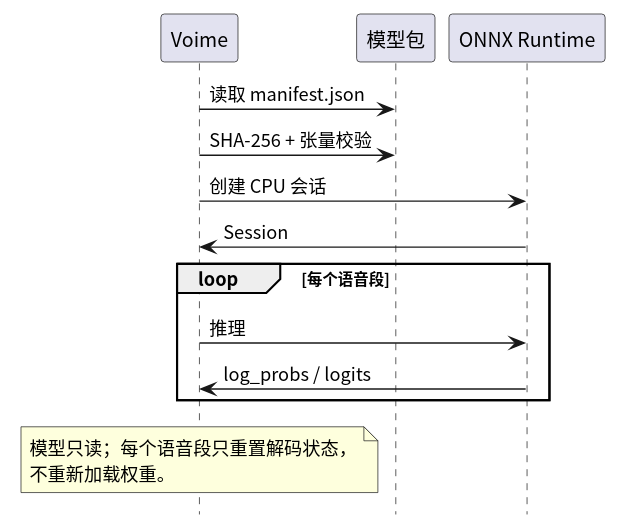
This is diagram/provider-inference.svg from 54m43lJ/voime, a PlantUML export, as it was before one commit. Its diagram source:
```plantuml
@startuml
skinparam defaultFontName "Noto Sans CJK SC"
skinparam shadowing false
hide footbox

participant "Voime" as Voime
participant "模型包" as Model
participant "ONNX Runtime" as Ort

Voime -> Model : 读取 manifest.json
Voime -> Model : SHA-256 + 张量校验
Voime -> Ort : 创建 CPU 会话
Ort -> Voime : Session

loop 每个语音段
  Voime -> Ort : 推理
  Ort -> Voime : log_probs / logits
end

note over Voime
  模型只读；每个语音段只重置解码状态，
  不重新加载权重。
end note
@enduml
```
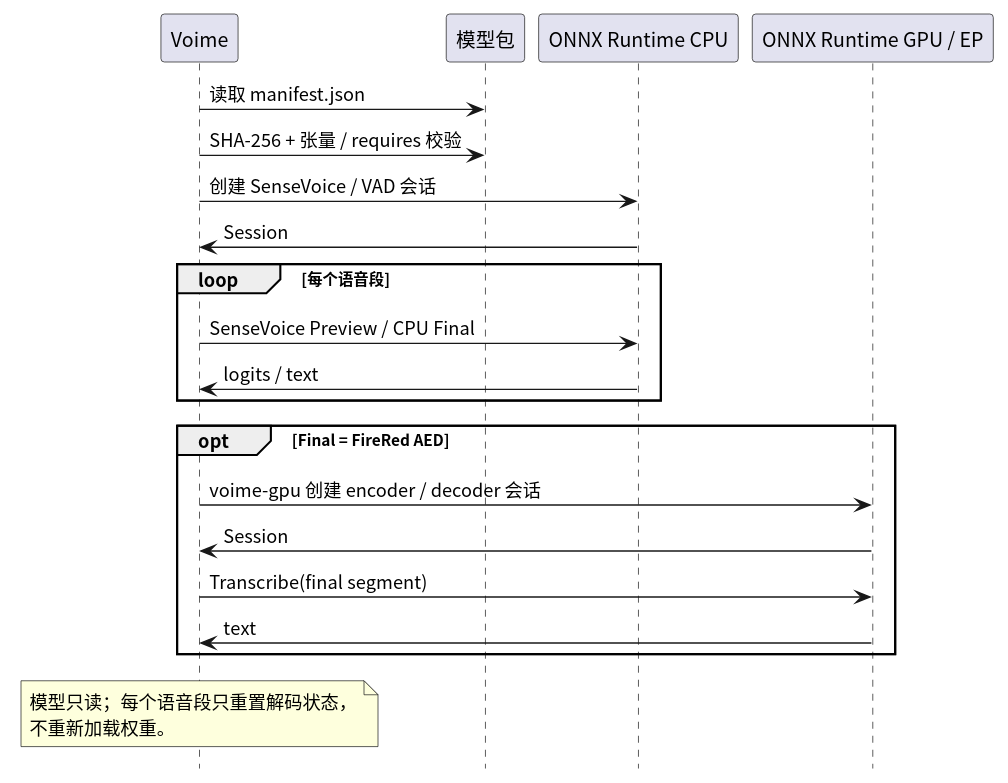
After the commit.

The edit, as a diff of the source:
```diff
@@ -5,16 +5,24 @@
 
 participant "Voime" as Voime
 participant "模型包" as Model
-participant "ONNX Runtime" as Ort
+participant "ONNX Runtime CPU" as OrtCpu
+participant "ONNX Runtime GPU / EP" as OrtGpu
 
 Voime -> Model : 读取 manifest.json
-Voime -> Model : SHA-256 + 张量校验
-Voime -> Ort : 创建 CPU 会话
-Ort -> Voime : Session
+Voime -> Model : SHA-256 + 张量 / requires 校验
+Voime -> OrtCpu : 创建 SenseVoice / VAD 会话
+OrtCpu -> Voime : Session
 
 loop 每个语音段
-  Voime -> Ort : 推理
-  Ort -> Voime : log_probs / logits
+  Voime -> OrtCpu : SenseVoice Preview / CPU Final
+  OrtCpu -> Voime : logits / text
+end
+
+opt Final = FireRed AED
+  Voime -> OrtGpu : voime-gpu 创建 encoder / decoder 会话
+  OrtGpu -> Voime : Session
+  Voime -> OrtGpu : Transcribe(final segment)
+  OrtGpu -> Voime : text
 end
 
 note over Voime
```
